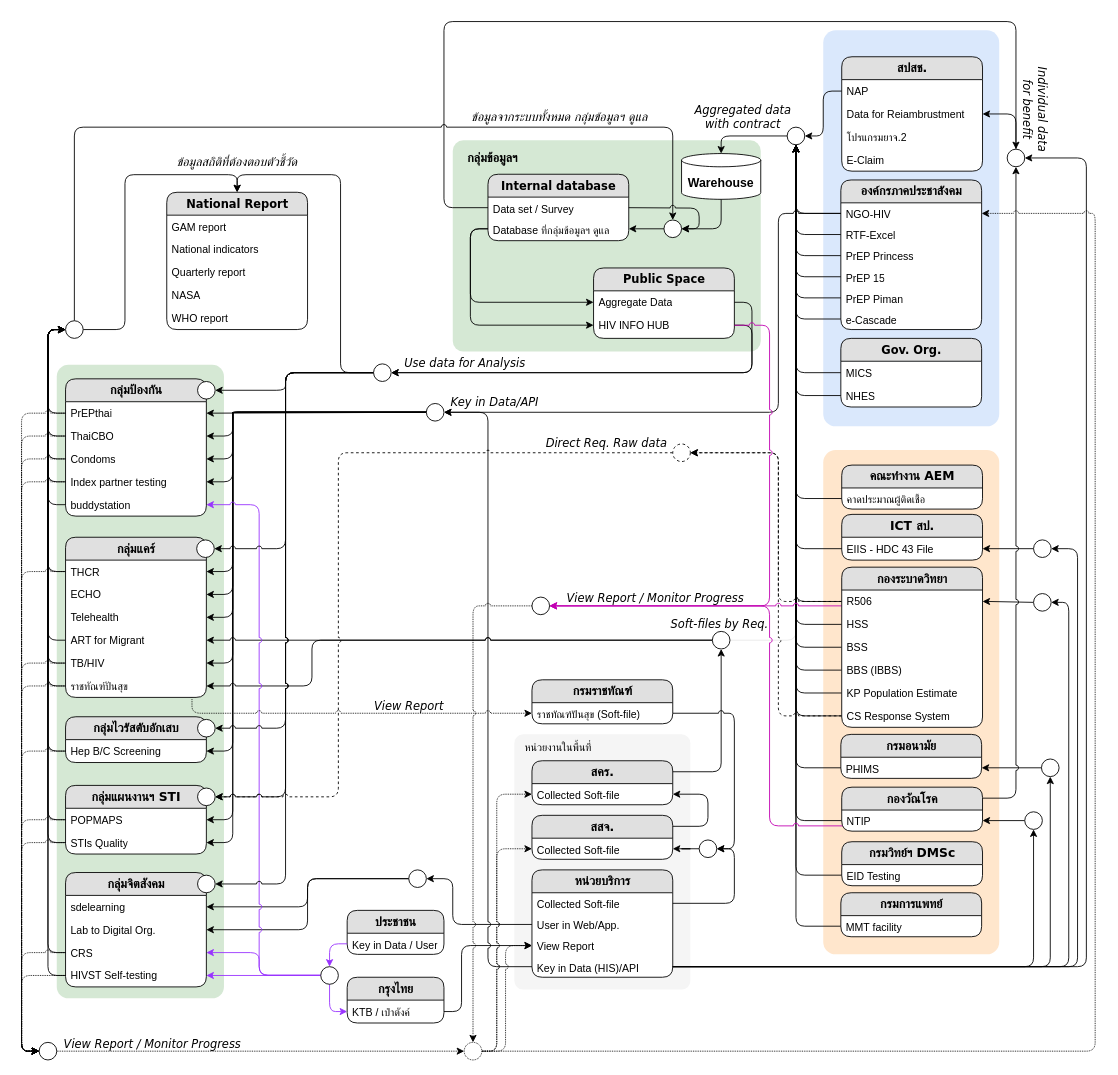
Above: page "V3" (1 of 4) of DataSourceOVW.drawio in anun311/regist (draw.io), before the change. Source tidied: cells renumbered, new cells numbered last; positions are measured from the earlier drawing's top-left corner, leaving out a move shared by most shapes. Both pictures are drawn from the tidied source at 88%, with x=0, y=0 at pixel (39, 21).
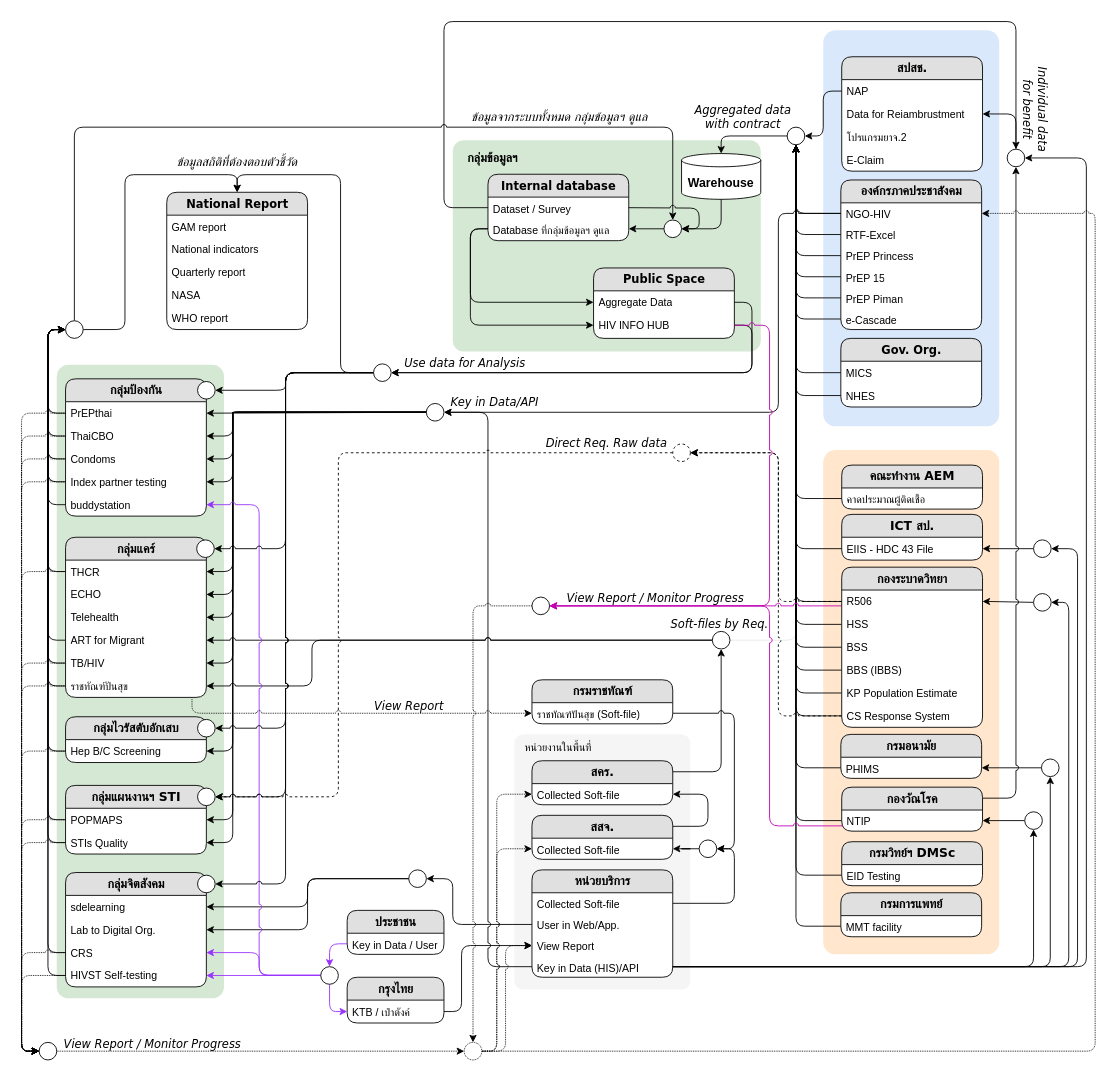
The same diagram, later.

The change refers to these unchanged cells:
```xml
<mxCell id="41" value="&lt;font style=&quot;font-size: 13px;&quot;&gt;&lt;b&gt;Internal database&lt;/b&gt;&lt;/font&gt;" style="swimlane;html=1;fontStyle=0;horizontal=1;startSize=26;fillColor=#e0e0e0;swimlaneFillColor=#ffffff;align=center;rounded=1;shadow=0;comic=0;labelBackgroundColor=none;strokeWidth=1;fontFamily=Verdana;fontSize=12;" parent="1" vertex="1">
  <mxGeometry x="510" y="173.5" width="160" height="75.5" as="geometry" />
</mxCell>
```

Diff of the diagram source:
```diff
@@
-    <mxCell id="42" value="Data set / Survey" style="text;html=1;strokeColor=none;fillColor=none;spacingLeft=4;spacingRight=4;whiteSpace=wrap;overflow=hidden;points=[[0,0.5],[1,0.5]];portConstraint=eastwest;" parent="41" vertex="1">
+    <mxCell id="42" value="Dataset / Survey" style="text;html=1;strokeColor=none;fillColor=none;spacingLeft=4;spacingRight=4;whiteSpace=wrap;overflow=hidden;points=[[0,0.5],[1,0.5]];portConstraint=eastwest;" parent="41" vertex="1">
       <mxGeometry y="26" width="160" height="24" as="geometry" />
     </mxCell>
```
